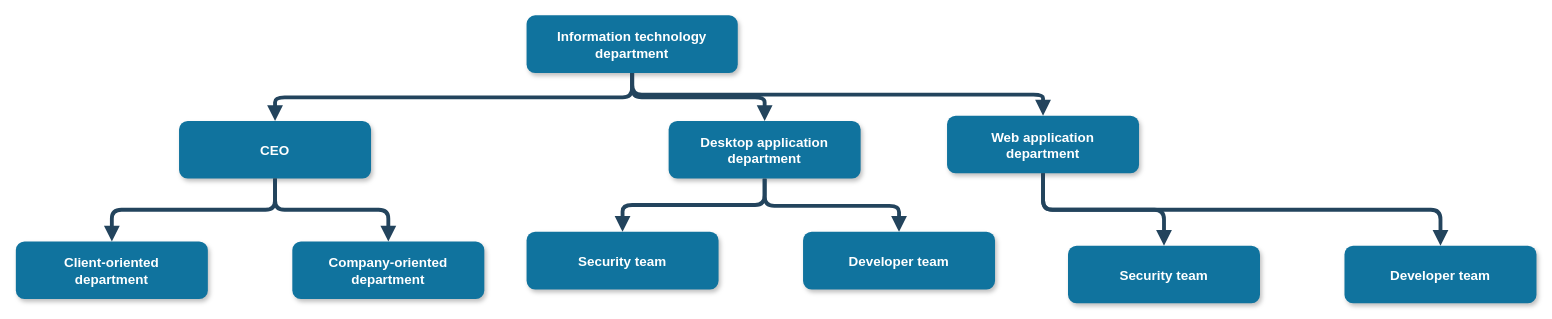
Before: BDKursovaya.drawio in Dorialean/Diagrams, a draw.io diagram. Source tidied: cells renumbered, new cells numbered last; positions are measured from the earlier drawing's top-left corner, leaving out a move shared by most shapes. Both pictures are drawn from the tidied source at 96%, with x=0, y=0 at pixel (15, 15).
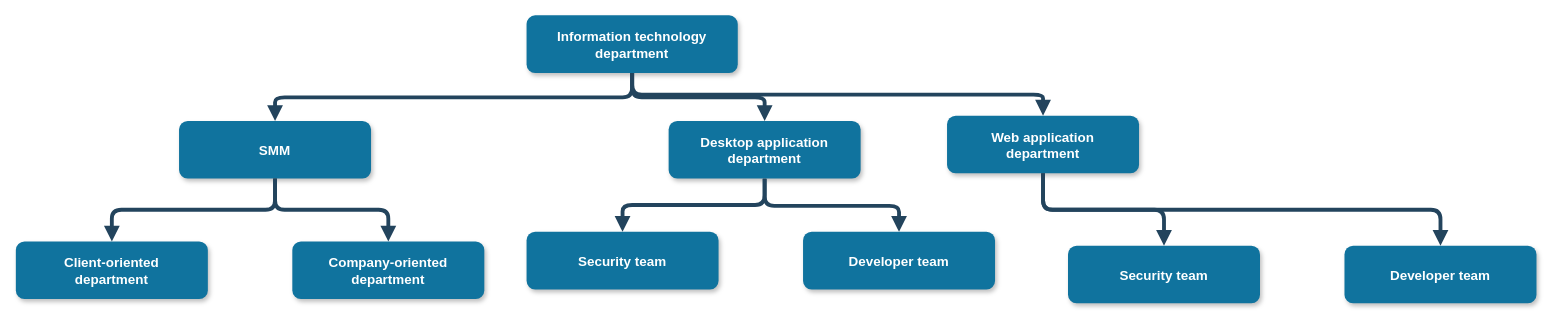
After the change.

The edit, as a diff of the source:
```diff
@@
-    <mxCell id="3" value="CEO" style="rounded=1;fillColor=#10739E;strokeColor=none;shadow=1;gradientColor=none;fontStyle=1;fontColor=#FFFFFF;fontSize=14;" parent="1" vertex="1">
+    <mxCell id="3" value="SMM" style="rounded=1;fillColor=#10739E;strokeColor=none;shadow=1;gradientColor=none;fontStyle=1;fontColor=#FFFFFF;fontSize=14;" parent="1" vertex="1">
       <mxGeometry x="170" y="109.5" width="200" height="60" as="geometry" />
     </mxCell>
```
